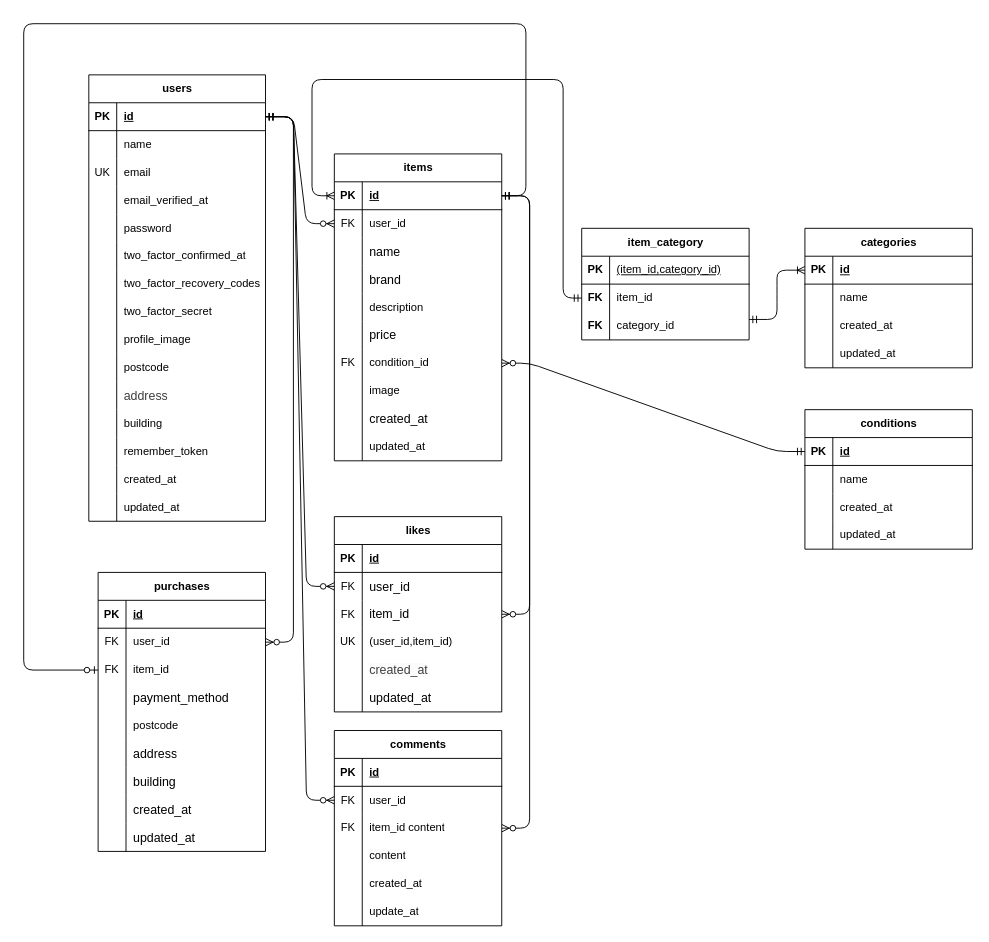
Above: er.drawio in hana-ka/coachtech-flee-market (draw.io), before the change. Source tidied: cells renumbered, new cells numbered last; positions are measured from the earlier drawing's top-left corner, leaving out a move shared by most shapes. Both pictures are drawn from the tidied source at 93%, with x=0, y=0 at pixel (23, 23).
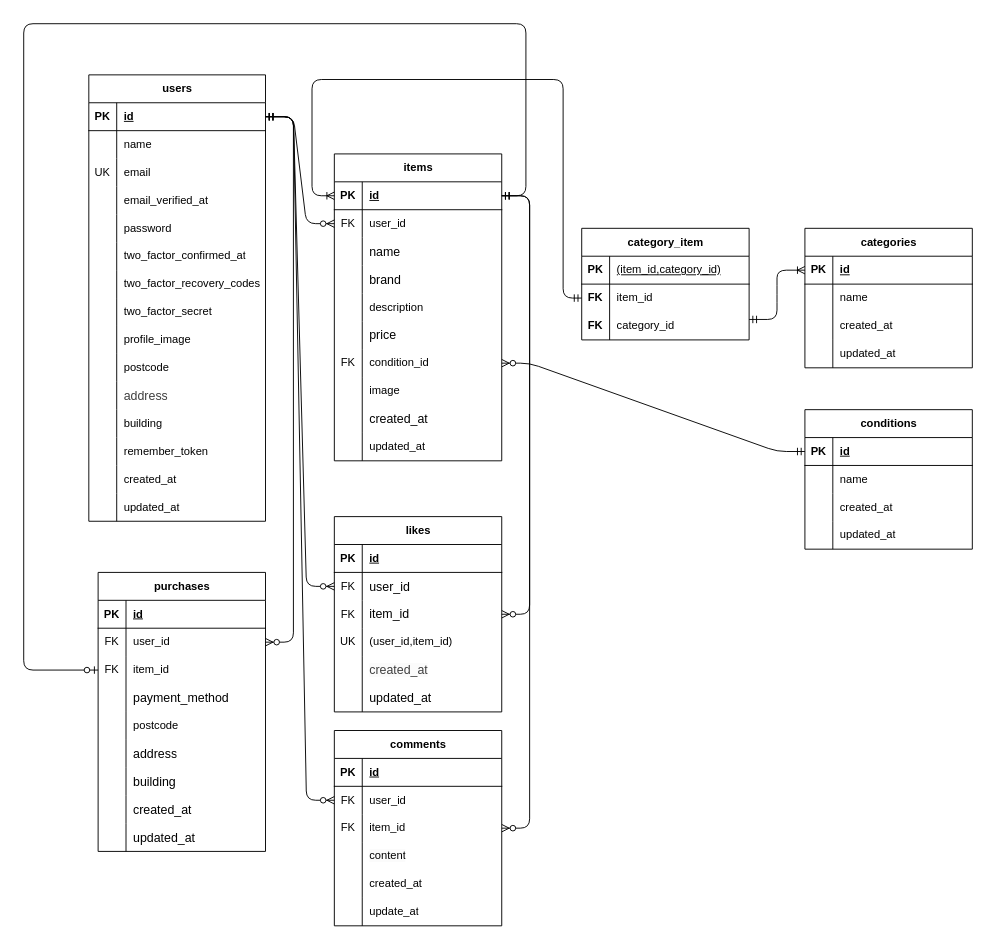
After the change.

The change refers to these unchanged cells:
```xml
<mxCell id="133" style="shape=tableRow;horizontal=0;startSize=0;swimlaneHead=0;swimlaneBody=0;fillColor=none;points=[[0,0.5],[1,0.5]];portConstraint=eastwest;top=0;left=0;right=0;bottom=0;" parent="126" vertex="1">
  <mxGeometry y="90" width="180" height="30" as="geometry" />
</mxCell>
```

Change to the diagram source:
```diff
@@
-    <mxCell id="135" value="item_id content" style="shape=partialRectangle;fillColor=none;top=0;left=0;bottom=0;right=0;align=left;spacingLeft=6;overflow=hidden;whiteSpace=wrap;html=1;" parent="133" vertex="1">
+    <mxCell id="135" value="item_id" style="shape=partialRectangle;fillColor=none;top=0;left=0;bottom=0;right=0;align=left;spacingLeft=6;overflow=hidden;whiteSpace=wrap;html=1;" parent="133" vertex="1">
       <mxGeometry x="30" width="150" height="30" as="geometry" />
     </mxCell>
@@
-    <mxCell id="158" value="item_category" style="shape=table;startSize=30;childLayout=tableLayout;rowLines=0;fontStyle=1;align=center;html=1;" parent="1" vertex="1">
+    <mxCell id="158" value="category_item" style="shape=table;startSize=30;childLayout=tableLayout;rowLines=0;fontStyle=1;align=center;html=1;" parent="1" vertex="1">
       <mxGeometry x="600" y="220" width="180" height="120" as="geometry" />
     </mxCell>
```
